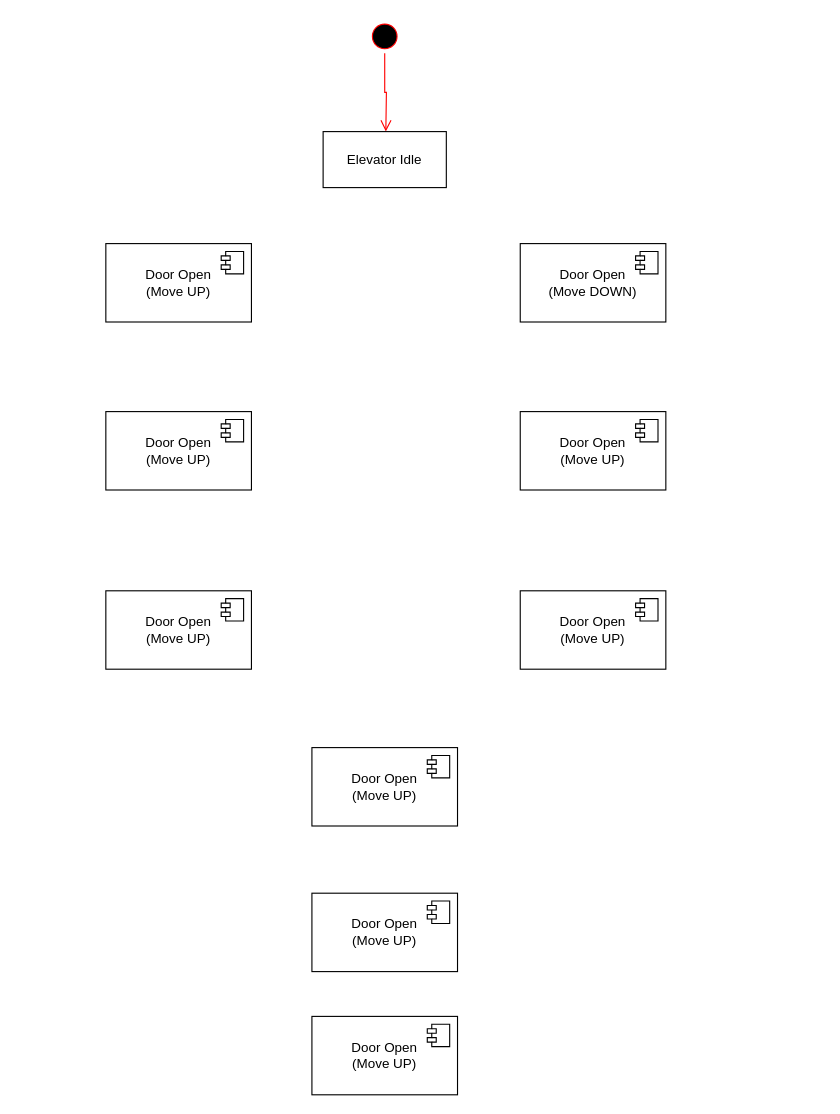
The draw.io diagram page "Page-3" (3 of 3) of ElevatorDesign.drawio in HuyTran72/DesignElevator, before the edit. Source tidied: cells renumbered, new cells numbered last; positions are measured from the earlier drawing's top-left corner, leaving out a move shared by most shapes. Both pictures are drawn from the tidied source at 112%, with x=0, y=0 at pixel (105, 19).
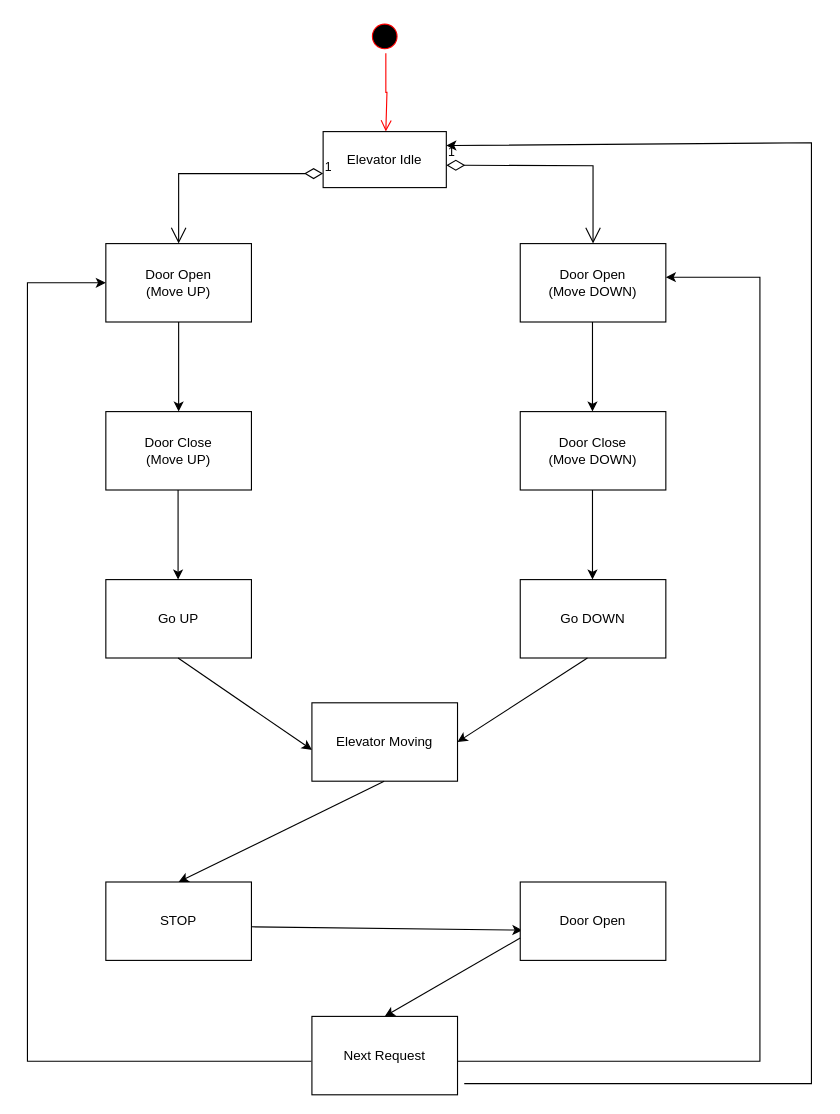
The same diagram, later.

The change refers to these unchanged cells:
```xml
<mxCell id="2" style="ellipse;html=1;shape=startState;fillColor=#000000;strokeColor=#ff0000;" parent="1" vertex="1">
  <mxGeometry x="234" width="30" height="30" as="geometry" />
</mxCell>
<mxCell id="4" value="Elevator Idle" style="html=1;whiteSpace=wrap;" parent="1" vertex="1">
  <mxGeometry x="194" y="100" width="110" height="50" as="geometry" />
</mxCell>
<mxCell id="5" value="Door Open&lt;br&gt;(Move UP)" style="html=1;whiteSpace=wrap;" parent="1" vertex="1">
  <mxGeometry y="200" width="130" height="70" as="geometry" />
</mxCell>
<mxCell id="7" value="Door Open&lt;br style=&quot;border-color: var(--border-color);&quot;&gt;(Move DOWN)" style="html=1;whiteSpace=wrap;" parent="1" vertex="1">
  <mxGeometry x="370" y="200" width="130" height="70" as="geometry" />
</mxCell>
```

What changed in the source:
```diff
@@
     <mxCell id="3" style="edgeStyle=orthogonalEdgeStyle;html=1;verticalAlign=bottom;endArrow=open;endSize=8;strokeColor=#ff0000;rounded=0;" parent="1" edge="1" source="2">
       <mxGeometry relative="1" as="geometry">
         <mxPoint x="250" y="100" as="targetPoint" />
+        <Array as="points">
+          <mxPoint x="250" y="65" />
+          <mxPoint x="251" y="65" />
+        </Array>
       </mxGeometry>
     </mxCell>
@@
-    <mxCell id="6" style="shape=module;jettyWidth=8;jettyHeight=4;" parent="5" vertex="1">
-      <mxGeometry x="1" width="20" height="20" relative="1" as="geometry">
-        <mxPoint x="-27" y="7" as="offset" />
-      </mxGeometry>
-    </mxCell>
@@
-    <mxCell id="8" style="shape=module;jettyWidth=8;jettyHeight=4;" parent="7" vertex="1">
-      <mxGeometry x="1" width="20" height="20" relative="1" as="geometry">
-        <mxPoint x="-27" y="7" as="offset" />
-      </mxGeometry>
-    </mxCell>
-    <mxCell id="9" value="Door Open&lt;br&gt;(Move UP)" style="html=1;whiteSpace=wrap;" parent="1" vertex="1">
+    <mxCell id="9" value="Door Close&lt;br&gt;(Move UP)" style="html=1;whiteSpace=wrap;" parent="1" vertex="1">
       <mxGeometry y="350" width="130" height="70" as="geometry" />
     </mxCell>
-    <mxCell id="10" style="shape=module;jettyWidth=8;jettyHeight=4;" parent="9" vertex="1">
-      <mxGeometry x="1" width="20" height="20" relative="1" as="geometry">
-        <mxPoint x="-27" y="7" as="offset" />
-      </mxGeometry>
-    </mxCell>
-    <mxCell id="11" value="Door Open&lt;br&gt;(Move UP)" style="html=1;whiteSpace=wrap;" parent="1" vertex="1">
+    <mxCell id="11" value="Door Close&lt;br&gt;(Move DOWN)" style="html=1;whiteSpace=wrap;" parent="1" vertex="1">
       <mxGeometry x="370" y="350" width="130" height="70" as="geometry" />
     </mxCell>
-    <mxCell id="12" style="shape=module;jettyWidth=8;jettyHeight=4;" parent="11" vertex="1">
-      <mxGeometry x="1" width="20" height="20" relative="1" as="geometry">
-        <mxPoint x="-27" y="7" as="offset" />
-      </mxGeometry>
-    </mxCell>
-    <mxCell id="13" value="Door Open&lt;br&gt;(Move UP)" style="html=1;whiteSpace=wrap;" parent="1" vertex="1">
-      <mxGeometry y="510" width="130" height="70" as="geometry" />
+    <mxCell id="13" value="Go UP" style="html=1;whiteSpace=wrap;" parent="1" vertex="1">
+      <mxGeometry y="500" width="130" height="70" as="geometry" />
     </mxCell>
-    <mxCell id="14" style="shape=module;jettyWidth=8;jettyHeight=4;" parent="13" vertex="1">
-      <mxGeometry x="1" width="20" height="20" relative="1" as="geometry">
-        <mxPoint x="-27" y="7" as="offset" />
-      </mxGeometry>
-    </mxCell>
-    <mxCell id="15" value="Door Open&lt;br&gt;(Move UP)" style="html=1;whiteSpace=wrap;" parent="1" vertex="1">
-      <mxGeometry x="370" y="510" width="130" height="70" as="geometry" />
+    <mxCell id="15" value="Go DOWN" style="html=1;whiteSpace=wrap;" parent="1" vertex="1">
+      <mxGeometry x="370" y="500" width="130" height="70" as="geometry" />
     </mxCell>
-    <mxCell id="16" style="shape=module;jettyWidth=8;jettyHeight=4;" parent="15" vertex="1">
-      <mxGeometry x="1" width="20" height="20" relative="1" as="geometry">
-        <mxPoint x="-27" y="7" as="offset" />
-      </mxGeometry>
-    </mxCell>
-    <mxCell id="17" value="Door Open&lt;br&gt;(Move UP)" style="html=1;whiteSpace=wrap;" parent="1" vertex="1">
-      <mxGeometry x="184" y="650" width="130" height="70" as="geometry" />
+    <mxCell id="17" value="Elevator Moving" style="html=1;whiteSpace=wrap;" parent="1" vertex="1">
+      <mxGeometry x="184" y="610" width="130" height="70" as="geometry" />
     </mxCell>
-    <mxCell id="18" style="shape=module;jettyWidth=8;jettyHeight=4;" parent="17" vertex="1">
-      <mxGeometry x="1" width="20" height="20" relative="1" as="geometry">
-        <mxPoint x="-27" y="7" as="offset" />
-      </mxGeometry>
-    </mxCell>
-    <mxCell id="19" value="Door Open&lt;br&gt;(Move UP)" style="html=1;whiteSpace=wrap;" parent="1" vertex="1">
-      <mxGeometry x="184" y="780" width="130" height="70" as="geometry" />
+    <mxCell id="19" value="STOP" style="html=1;whiteSpace=wrap;" parent="1" vertex="1">
+      <mxGeometry y="770" width="130" height="70" as="geometry" />
     </mxCell>
-    <mxCell id="20" style="shape=module;jettyWidth=8;jettyHeight=4;" parent="19" vertex="1">
-      <mxGeometry x="1" width="20" height="20" relative="1" as="geometry">
-        <mxPoint x="-27" y="7" as="offset" />
-      </mxGeometry>
-    </mxCell>
-    <mxCell id="21" value="Door Open&lt;br&gt;(Move UP)" style="html=1;whiteSpace=wrap;" parent="1" vertex="1">
+    <mxCell id="21" value="Next Request" style="html=1;whiteSpace=wrap;" parent="1" vertex="1">
       <mxGeometry x="184" y="890" width="130" height="70" as="geometry" />
     </mxCell>
-    <mxCell id="22" style="shape=module;jettyWidth=8;jettyHeight=4;" parent="21" vertex="1">
-      <mxGeometry x="1" width="20" height="20" relative="1" as="geometry">
-        <mxPoint x="-27" y="7" as="offset" />
-      </mxGeometry>
-    </mxCell>
+    <mxCell id="23" value="1" style="endArrow=open;html=1;endSize=12;startArrow=diamondThin;startSize=14;startFill=0;edgeStyle=orthogonalEdgeStyle;align=left;verticalAlign=bottom;rounded=0;entryX=0.5;entryY=0;entryDx=0;entryDy=0;exitX=0;exitY=0.75;exitDx=0;exitDy=0;" parent="1" edge="1" source="4" target="5">
+      <mxGeometry x="-1" y="3" relative="1" as="geometry" />
+    </mxCell>
+    <mxCell id="24" value="1" style="endArrow=open;html=1;endSize=12;startArrow=diamondThin;startSize=14;startFill=0;edgeStyle=orthogonalEdgeStyle;align=left;verticalAlign=bottom;rounded=0;entryX=0.5;entryY=0;entryDx=0;entryDy=0;" parent="1" edge="1" target="7">
+      <mxGeometry x="-1" y="3" relative="1" as="geometry">
+        <mxPoint x="304" y="130" as="sourcePoint" />
+      </mxGeometry>
+    </mxCell>
+    <mxCell id="25" style="endArrow=classic;html=1;rounded=0;exitX=0.5;exitY=1;exitDx=0;exitDy=0;" parent="1" edge="1" source="5" target="9">
+      <mxGeometry relative="1" as="geometry" />
+    </mxCell>
+    <mxCell id="26" style="endArrow=classic;html=1;rounded=0;exitX=0.5;exitY=1;exitDx=0;exitDy=0;" parent="1" edge="1">
+      <mxGeometry relative="1" as="geometry">
+        <mxPoint x="434.5" y="270" as="sourcePoint" />
+        <mxPoint x="434.5" y="350" as="targetPoint" />
+      </mxGeometry>
+    </mxCell>
+    <mxCell id="27" style="endArrow=classic;html=1;rounded=0;exitX=0.5;exitY=1;exitDx=0;exitDy=0;" parent="1" edge="1">
+      <mxGeometry relative="1" as="geometry">
+        <mxPoint x="64.5" y="420" as="sourcePoint" />
+        <mxPoint x="64.5" y="500" as="targetPoint" />
+      </mxGeometry>
+    </mxCell>
+    <mxCell id="28" style="endArrow=classic;html=1;rounded=0;exitX=0.5;exitY=1;exitDx=0;exitDy=0;" parent="1" edge="1">
+      <mxGeometry relative="1" as="geometry">
+        <mxPoint x="434.5" y="420" as="sourcePoint" />
+        <mxPoint x="434.5" y="500" as="targetPoint" />
+      </mxGeometry>
+    </mxCell>
+    <mxCell id="29" style="endArrow=classic;html=1;rounded=0;exitX=0.5;exitY=1;exitDx=0;exitDy=0;entryX=0;entryY=0.6;entryDx=0;entryDy=0;entryPerimeter=0;" parent="1" edge="1" target="17">
+      <mxGeometry relative="1" as="geometry">
+        <mxPoint x="64.5" y="570" as="sourcePoint" />
+      </mxGeometry>
+    </mxCell>
+    <mxCell id="30" style="endArrow=classic;html=1;rounded=0;exitX=0.5;exitY=1;exitDx=0;exitDy=0;entryX=1;entryY=0.5;entryDx=0;entryDy=0;" parent="1" edge="1" target="17">
+      <mxGeometry relative="1" as="geometry">
+        <mxPoint x="430" y="570" as="sourcePoint" />
+      </mxGeometry>
+    </mxCell>
+    <mxCell id="31" style="endArrow=classic;html=1;rounded=0;exitX=0.5;exitY=1;exitDx=0;exitDy=0;entryX=0.5;entryY=0;entryDx=0;entryDy=0;" parent="1" edge="1" target="19">
+      <mxGeometry relative="1" as="geometry">
+        <mxPoint x="248.5" y="680" as="sourcePoint" />
+      </mxGeometry>
+    </mxCell>
+    <mxCell id="32" style="endArrow=classic;html=1;rounded=0;exitX=0.438;exitY=1;exitDx=0;exitDy=0;exitPerimeter=0;entryX=0.015;entryY=0.614;entryDx=0;entryDy=0;entryPerimeter=0;" parent="1" edge="1" target="33">
+      <mxGeometry relative="1" as="geometry">
+        <mxPoint x="130" y="810" as="sourcePoint" />
+      </mxGeometry>
+    </mxCell>
+    <mxCell id="33" value="Door Open" style="html=1;whiteSpace=wrap;" parent="1" vertex="1">
+      <mxGeometry x="370" y="770" width="130" height="70" as="geometry" />
+    </mxCell>
+    <mxCell id="34" style="endArrow=classic;html=1;rounded=0;entryX=0.5;entryY=0;entryDx=0;entryDy=0;exitX=0.5;exitY=1;exitDx=0;exitDy=0;" parent="1" edge="1" target="21">
+      <mxGeometry relative="1" as="geometry">
+        <mxPoint x="370" y="820" as="sourcePoint" />
+      </mxGeometry>
+    </mxCell>
+    <mxCell id="35" style="endArrow=classic;html=1;rounded=0;exitX=0.892;exitY=0.571;exitDx=0;exitDy=0;exitPerimeter=0;" parent="1" edge="1">
+      <mxGeometry relative="1" as="geometry">
+        <mxPoint x="314" y="930" as="sourcePoint" />
+        <mxPoint x="500" y="230" as="targetPoint" />
+        <Array as="points">
+          <mxPoint x="584" y="930" />
+          <mxPoint x="584" y="230" />
+        </Array>
+      </mxGeometry>
+    </mxCell>
+    <mxCell id="36" style="endArrow=classic;html=1;rounded=0;exitX=0.5;exitY=1;exitDx=0;exitDy=0;entryX=0;entryY=0.5;entryDx=0;entryDy=0;" parent="1" edge="1" target="5">
+      <mxGeometry relative="1" as="geometry">
+        <mxPoint x="183.5" y="930" as="sourcePoint" />
+        <Array as="points">
+          <mxPoint x="-70" y="930" />
+          <mxPoint x="-70" y="235" />
+        </Array>
+      </mxGeometry>
+    </mxCell>
+    <mxCell id="37" style="endArrow=classic;html=1;rounded=0;entryX=1;entryY=0.25;entryDx=0;entryDy=0;" parent="1" edge="1" target="4">
+      <mxGeometry relative="1" as="geometry">
+        <mxPoint x="320" y="950" as="sourcePoint" />
+        <Array as="points">
+          <mxPoint x="630" y="950" />
+          <mxPoint x="630" y="110" />
+        </Array>
+      </mxGeometry>
+    </mxCell>
```
